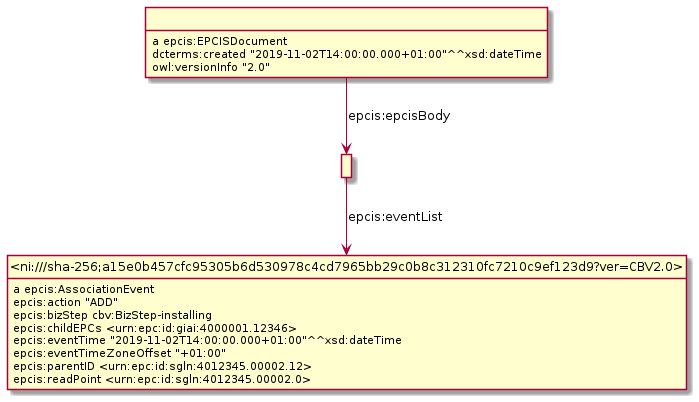
gs1/EPCIS keeps this PlantUML diagram as Diagrams/AssociationEvent/AssociationEvent-b.png. Above is the earlier version. The source it was exported from:
```plantuml
@startuml
hide empty methods
hide empty attributes
hide circle
skinparam classAttributeIconSize 0
class _r1631889730r0_ as " "
_r1631889730r0_ : a epcis:EPCISDocument
class _r1631889730r1_ as " "
_r1631889730r0_ -down-> _r1631889730r1_ : epcis:epcisBody
_r1631889730r0_ : dcterms:created "2019-11-02T14:00:00.000+01:00"^^xsd:dateTime
_r1631889730r0_ : owl:versionInfo "2.0"
class _ni_sha_256_a15e0b457cfc95305b6d530978c4cd7965bb29c0b8c312310fc7210c9ef123d9_ver_CBV2_0_ as "<ni:///sha-256;a15e0b457cfc95305b6d530978c4cd7965bb29c0b8c312310fc7210c9ef123d9?ver=CBV2.0>"
_r1631889730r1_ -down-> _ni_sha_256_a15e0b457cfc95305b6d530978c4cd7965bb29c0b8c312310fc7210c9ef123d9_ver_CBV2_0_ : epcis:eventList
_ni_sha_256_a15e0b457cfc95305b6d530978c4cd7965bb29c0b8c312310fc7210c9ef123d9_ver_CBV2_0_ : a epcis:AssociationEvent
_ni_sha_256_a15e0b457cfc95305b6d530978c4cd7965bb29c0b8c312310fc7210c9ef123d9_ver_CBV2_0_ : epcis:action "ADD"
_ni_sha_256_a15e0b457cfc95305b6d530978c4cd7965bb29c0b8c312310fc7210c9ef123d9_ver_CBV2_0_ : epcis:bizStep cbv:BizStep-installing
_ni_sha_256_a15e0b457cfc95305b6d530978c4cd7965bb29c0b8c312310fc7210c9ef123d9_ver_CBV2_0_ : epcis:childEPCs <urn:epc:id:giai:4000001.12346>
_ni_sha_256_a15e0b457cfc95305b6d530978c4cd7965bb29c0b8c312310fc7210c9ef123d9_ver_CBV2_0_ : epcis:eventTime "2019-11-02T14:00:00.000+01:00"^^xsd:dateTime
_ni_sha_256_a15e0b457cfc95305b6d530978c4cd7965bb29c0b8c312310fc7210c9ef123d9_ver_CBV2_0_ : epcis:eventTimeZoneOffset "+01:00"
_ni_sha_256_a15e0b457cfc95305b6d530978c4cd7965bb29c0b8c312310fc7210c9ef123d9_ver_CBV2_0_ : epcis:parentID <urn:epc:id:sgln:4012345.00002.12>
_ni_sha_256_a15e0b457cfc95305b6d530978c4cd7965bb29c0b8c312310fc7210c9ef123d9_ver_CBV2_0_ : epcis:readPoint <urn:epc:id:sgln:4012345.00002.0>
@enduml
```
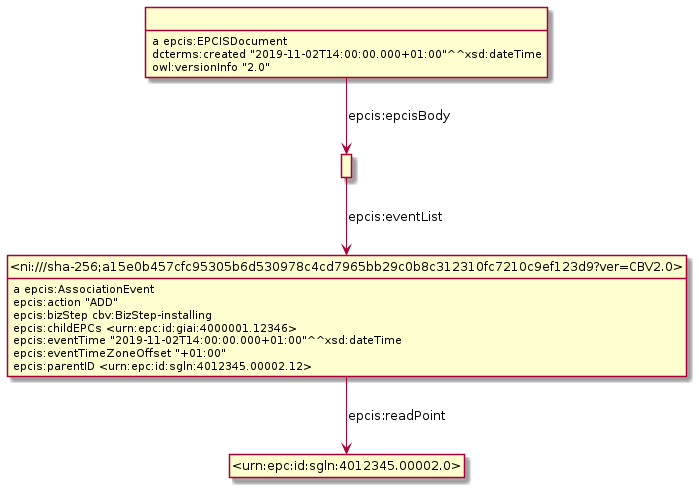
Above is the later version.

The edit, as a diff of the source:
```diff
@@ -3,20 +3,21 @@
 hide empty attributes
 hide circle
 skinparam classAttributeIconSize 0
-class _r1631889730r0_ as " "
-_r1631889730r0_ : a epcis:EPCISDocument
-class _r1631889730r1_ as " "
-_r1631889730r0_ -down-> _r1631889730r1_ : epcis:epcisBody
-_r1631889730r0_ : dcterms:created "2019-11-02T14:00:00.000+01:00"^^xsd:dateTime
-_r1631889730r0_ : owl:versionInfo "2.0"
+class _r1632232179r0_ as " "
+_r1632232179r0_ : a epcis:EPCISDocument
+class _r1632232179r1_ as " "
+_r1632232179r0_ -down-> _r1632232179r1_ : epcis:epcisBody
+_r1632232179r0_ : dcterms:created "2019-11-02T14:00:00.000+01:00"^^xsd:dateTime
+_r1632232179r0_ : owl:versionInfo "2.0"
 class _ni_sha_256_a15e0b457cfc95305b6d530978c4cd7965bb29c0b8c312310fc7210c9ef123d9_ver_CBV2_0_ as "<ni:///sha-256;a15e0b457cfc95305b6d530978c4cd7965bb29c0b8c312310fc7210c9ef123d9?ver=CBV2.0>"
-_r1631889730r1_ -down-> _ni_sha_256_a15e0b457cfc95305b6d530978c4cd7965bb29c0b8c312310fc7210c9ef123d9_ver_CBV2_0_ : epcis:eventList
 _ni_sha_256_a15e0b457cfc95305b6d530978c4cd7965bb29c0b8c312310fc7210c9ef123d9_ver_CBV2_0_ : a epcis:AssociationEvent
+class _urn_epc_id_sgln_4012345_00002_0_ as "<urn:epc:id:sgln:4012345.00002.0>"
+_ni_sha_256_a15e0b457cfc95305b6d530978c4cd7965bb29c0b8c312310fc7210c9ef123d9_ver_CBV2_0_ -down-> _urn_epc_id_sgln_4012345_00002_0_ : epcis:readPoint
 _ni_sha_256_a15e0b457cfc95305b6d530978c4cd7965bb29c0b8c312310fc7210c9ef123d9_ver_CBV2_0_ : epcis:action "ADD"
 _ni_sha_256_a15e0b457cfc95305b6d530978c4cd7965bb29c0b8c312310fc7210c9ef123d9_ver_CBV2_0_ : epcis:bizStep cbv:BizStep-installing
 _ni_sha_256_a15e0b457cfc95305b6d530978c4cd7965bb29c0b8c312310fc7210c9ef123d9_ver_CBV2_0_ : epcis:childEPCs <urn:epc:id:giai:4000001.12346>
 _ni_sha_256_a15e0b457cfc95305b6d530978c4cd7965bb29c0b8c312310fc7210c9ef123d9_ver_CBV2_0_ : epcis:eventTime "2019-11-02T14:00:00.000+01:00"^^xsd:dateTime
 _ni_sha_256_a15e0b457cfc95305b6d530978c4cd7965bb29c0b8c312310fc7210c9ef123d9_ver_CBV2_0_ : epcis:eventTimeZoneOffset "+01:00"
 _ni_sha_256_a15e0b457cfc95305b6d530978c4cd7965bb29c0b8c312310fc7210c9ef123d9_ver_CBV2_0_ : epcis:parentID <urn:epc:id:sgln:4012345.00002.12>
-_ni_sha_256_a15e0b457cfc95305b6d530978c4cd7965bb29c0b8c312310fc7210c9ef123d9_ver_CBV2_0_ : epcis:readPoint <urn:epc:id:sgln:4012345.00002.0>
+_r1632232179r1_ -down-> _ni_sha_256_a15e0b457cfc95305b6d530978c4cd7965bb29c0b8c312310fc7210c9ef123d9_ver_CBV2_0_ : epcis:eventList
 @enduml
```
